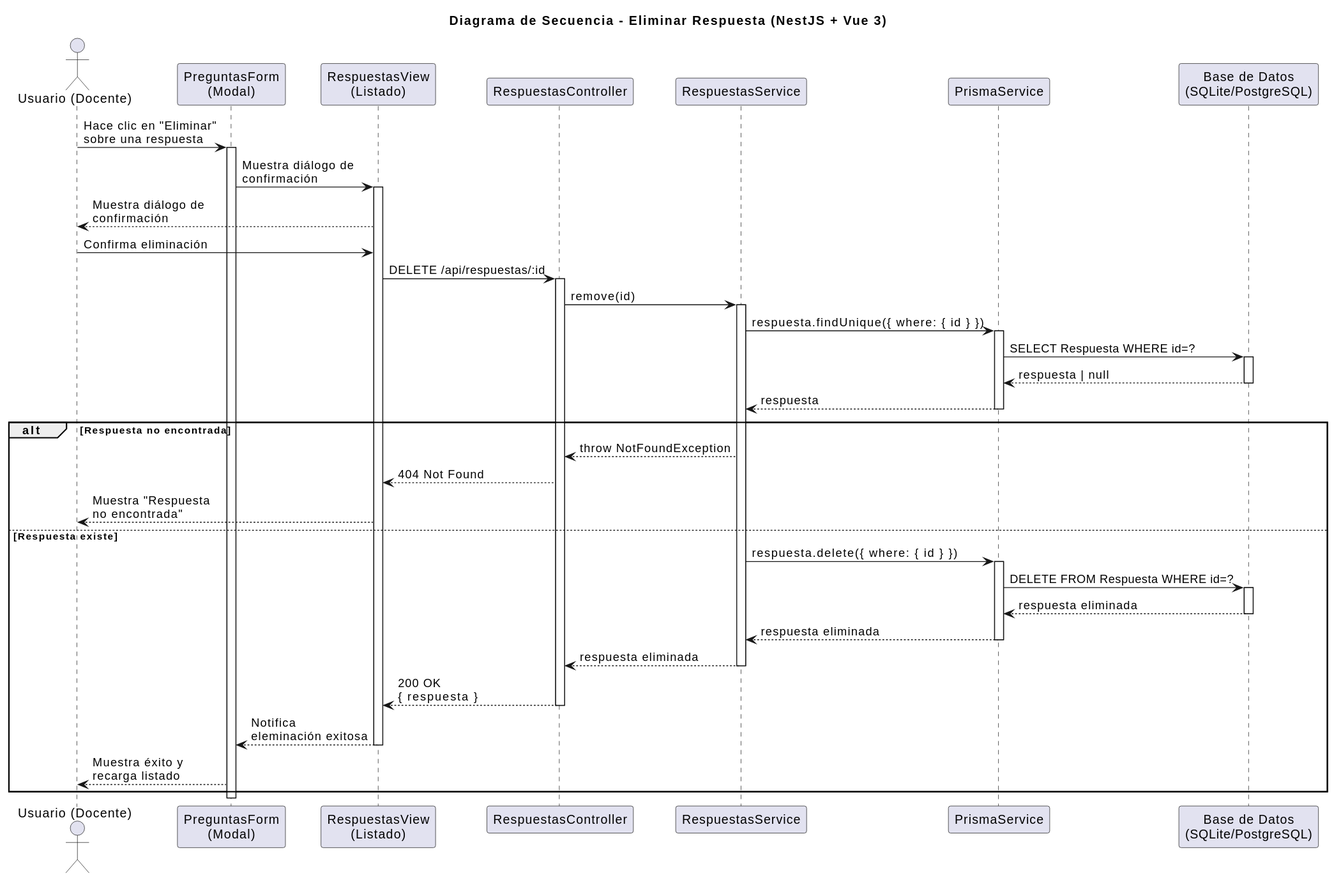
Earlier version of the PlantUML export images/diseño/eliminarRespuesta/secuencia.svg (marcosgutierrez6/25-26-idsw2-sdVC).
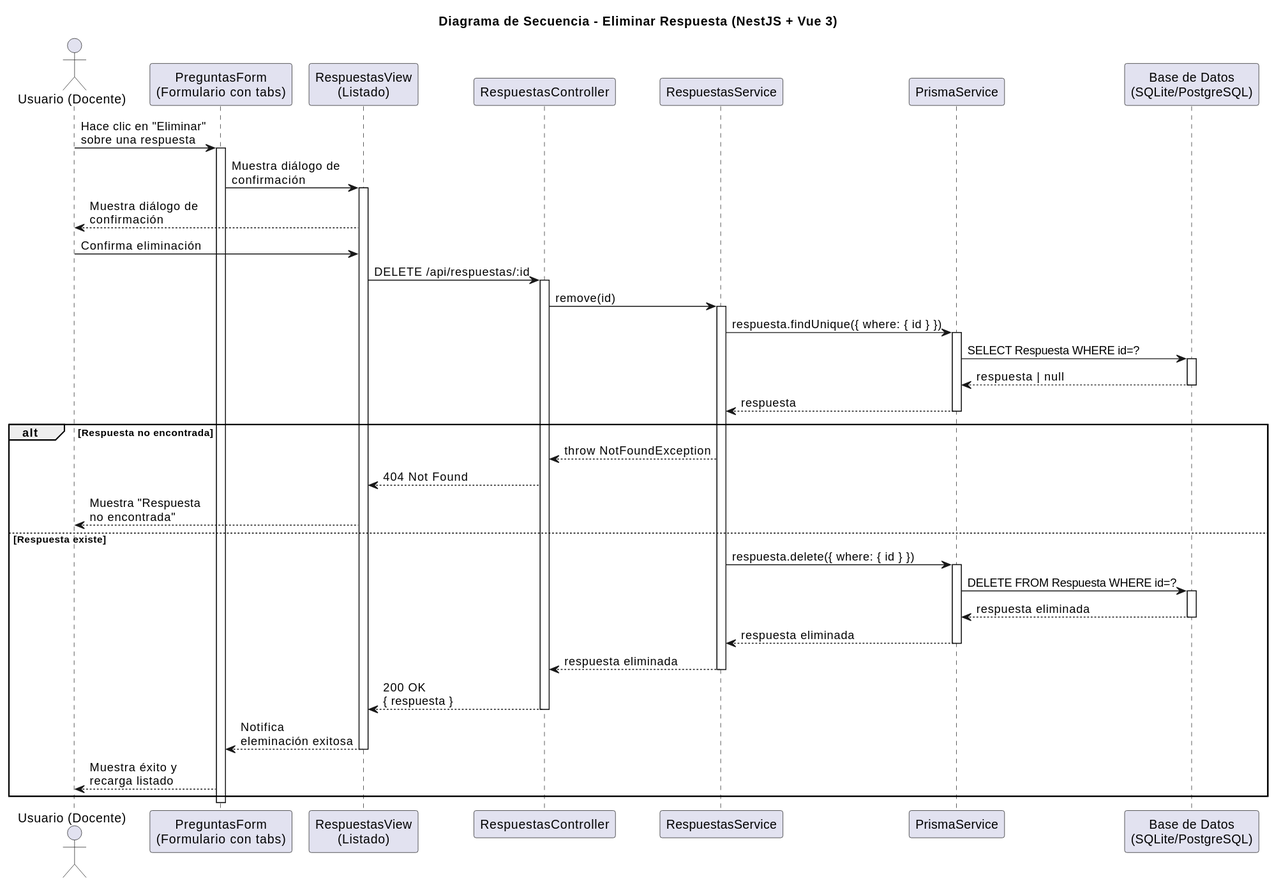
After the commit.

What changed in the source:
```diff
@@ -2,7 +2,7 @@
 title Diagrama de Secuencia - Eliminar Respuesta (NestJS + Vue 3)
 
 actor "Usuario (Docente)" as User
-participant "PreguntasForm\n(Modal)" as ParentForm
+participant "PreguntasForm\n(Formulario con tabs)" as ParentForm
 participant "RespuestasView\n(Listado)" as List
 participant "RespuestasController" as Controller
 participant "RespuestasService" as Service
```
